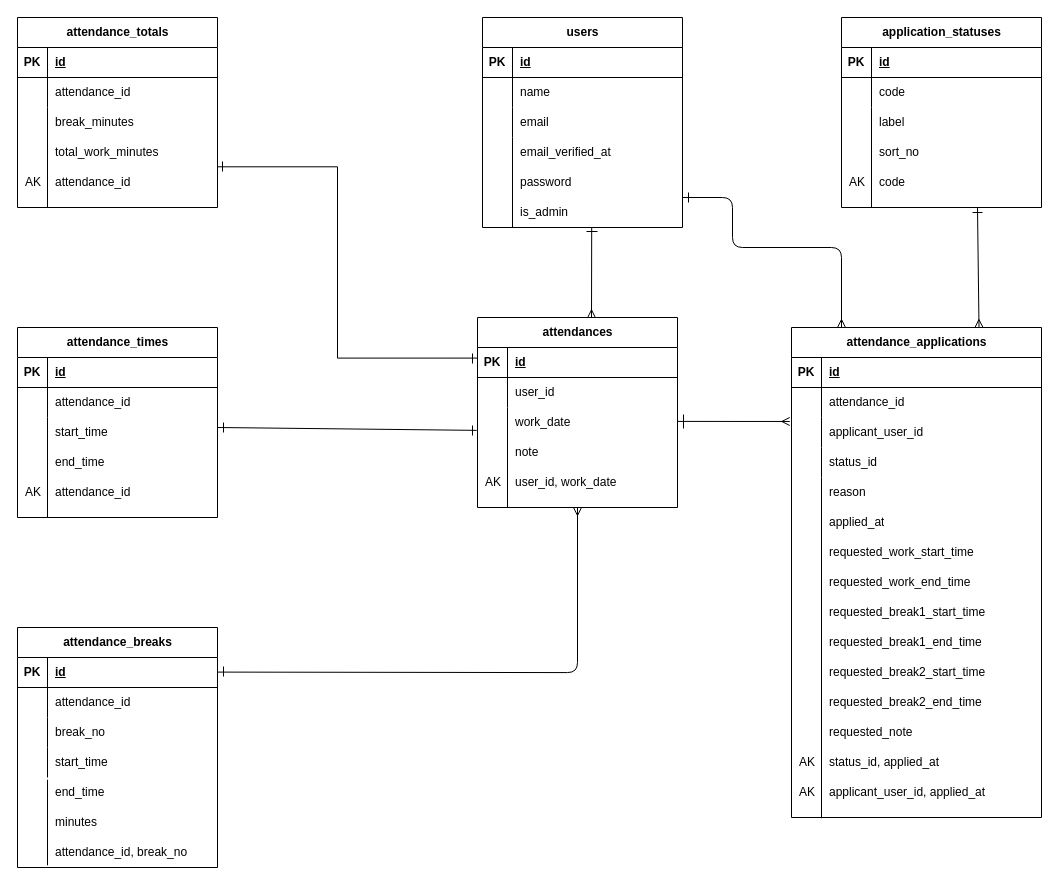
Before: src/index.drawio in simanuki0923/attendance_system, a draw.io diagram. Source tidied: cells renumbered, new cells numbered last; positions are measured from the earlier drawing's top-left corner, leaving out a move shared by most shapes. Both pictures are drawn from the tidied source at 100%, with x=0, y=0 at pixel (17, 17).
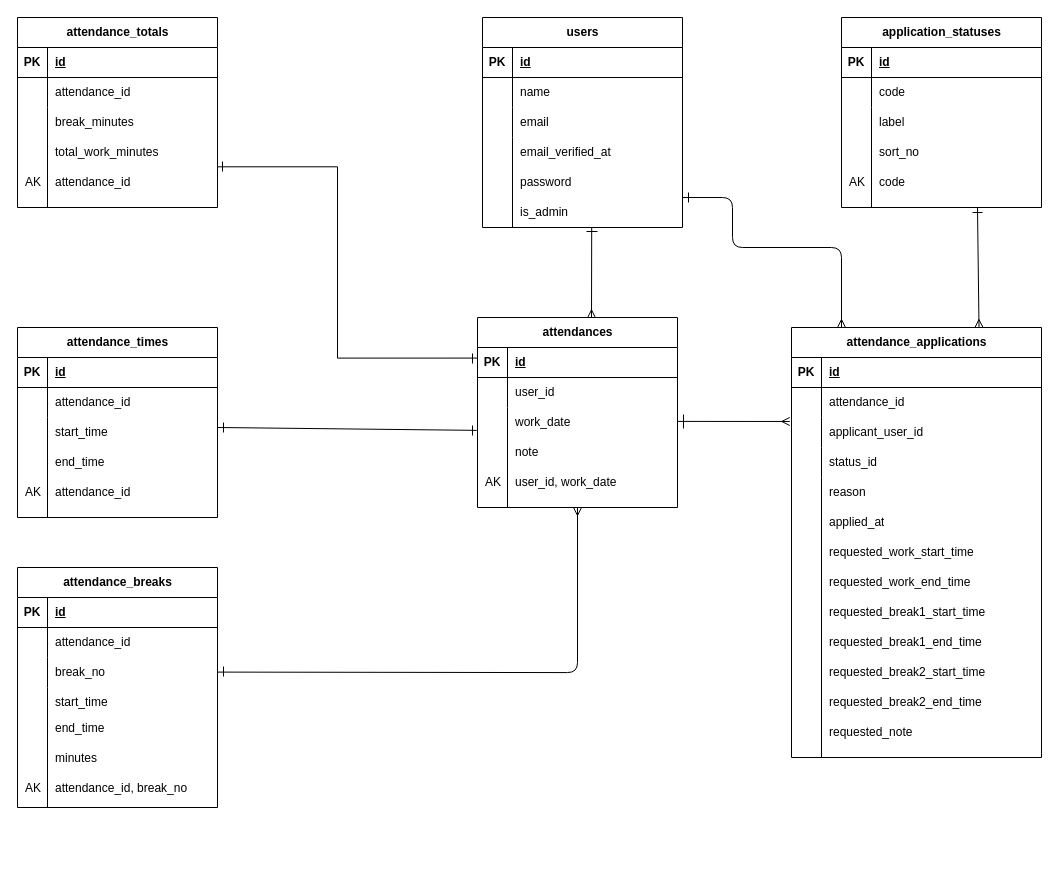
The same diagram, later.

Commit message (it also covers changes not shown here):
設定一部修正

The edit, as a diff of the source:
```diff
@@
     <mxCell id="77" value="attendance_applications" style="shape=table;startSize=30;childLayout=tableLayout;rowLines=0;fontStyle=1;align=center;html=1;" parent="1" vertex="1">
-      <mxGeometry x="774" y="310" width="250" height="490" as="geometry" />
+      <mxGeometry x="774" y="310" width="250" height="430" as="geometry" />
     </mxCell>
@@
-    <mxCell id="99" value="status_id, applied_at" style="shape=partialRectangle;fillColor=none;top=0;left=0;bottom=0;right=0;align=left;spacingLeft=6;overflow=hidden;whiteSpace=wrap;html=1;" parent="1" vertex="1">
-      <mxGeometry x="804" y="730" width="170" height="30" as="geometry" />
-    </mxCell>
-    <mxCell id="100" value="applicant_user_id, applied_at" style="shape=partialRectangle;fillColor=none;top=0;left=0;bottom=0;right=0;align=left;spacingLeft=6;overflow=hidden;whiteSpace=wrap;html=1;" parent="1" vertex="1">
-      <mxGeometry x="804" y="760" width="170" height="30" as="geometry" />
-    </mxCell>
-    <mxCell id="101" value="AK" style="shape=partialRectangle;fillColor=none;top=0;left=0;bottom=0;right=0;align=left;spacingLeft=6;overflow=hidden;whiteSpace=wrap;html=1;" parent="1" vertex="1">
-      <mxGeometry x="774" y="730" width="30" height="30" as="geometry" />
-    </mxCell>
-    <mxCell id="102" value="AK" style="shape=partialRectangle;fillColor=none;top=0;left=0;bottom=0;right=0;align=left;spacingLeft=6;overflow=hidden;whiteSpace=wrap;html=1;" parent="1" vertex="1">
-      <mxGeometry x="774" y="760" width="30" height="30" as="geometry" />
-    </mxCell>
     <mxCell id="103" value="attendance_breaks" style="shape=table;startSize=30;childLayout=tableLayout;rowLines=0;fontStyle=1;align=center;html=1;" parent="1" vertex="1">
-      <mxGeometry y="610" width="200" height="240" as="geometry" />
+      <mxGeometry y="550" width="200" height="240" as="geometry" />
     </mxCell>
@@
     <mxCell id="116" value="end_time" style="shape=partialRectangle;fillColor=none;top=0;left=0;bottom=0;right=0;align=left;spacingLeft=6;overflow=hidden;whiteSpace=wrap;html=1;" parent="1" vertex="1">
-      <mxGeometry x="30" y="760" width="170" height="30" as="geometry" />
+      <mxGeometry x="30" y="696" width="170" height="30" as="geometry" />
     </mxCell>
     <mxCell id="117" value="minutes" style="shape=partialRectangle;fillColor=none;top=0;left=0;bottom=0;right=0;align=left;spacingLeft=6;overflow=hidden;whiteSpace=wrap;html=1;" parent="1" vertex="1">
-      <mxGeometry x="30" y="790" width="170" height="30" as="geometry" />
+      <mxGeometry x="30" y="726" width="170" height="30" as="geometry" />
     </mxCell>
     <mxCell id="118" value="attendance_id, break_no" style="shape=partialRectangle;fillColor=none;top=0;left=0;bottom=0;right=0;align=left;spacingLeft=6;overflow=hidden;whiteSpace=wrap;html=1;" parent="1" vertex="1">
-      <mxGeometry x="30" y="820" width="170" height="30" as="geometry" />
+      <mxGeometry x="30" y="756" width="170" height="30" as="geometry" />
     </mxCell>
     <mxCell id="119" style="endArrow=none;html=1;rounded=0;" parent="1" edge="1">
       <mxGeometry relative="1" as="geometry">
         <mxPoint x="804" y="460" as="sourcePoint" />
-        <mxPoint x="804" y="800.7" as="targetPoint" />
+        <mxPoint x="804" y="740" as="targetPoint" />
       </mxGeometry>
     </mxCell>
@@
     <mxCell id="124" style="endArrow=none;html=1;rounded=0;" parent="1" edge="1">
       <mxGeometry relative="1" as="geometry">
-        <mxPoint x="30" y="762.2" as="sourcePoint" />
-        <mxPoint x="30" y="847.8" as="targetPoint" />
+        <mxPoint x="30" y="698" as="sourcePoint" />
+        <mxPoint x="30" y="790" as="targetPoint" />
       </mxGeometry>
     </mxCell>
@@
+    <mxCell id="142" value="AK" style="shape=partialRectangle;fillColor=none;top=0;left=0;bottom=0;right=0;align=left;spacingLeft=6;overflow=hidden;whiteSpace=wrap;html=1;" parent="1" vertex="1">
+      <mxGeometry y="756" width="30" height="30" as="geometry" />
+    </mxCell>
```
